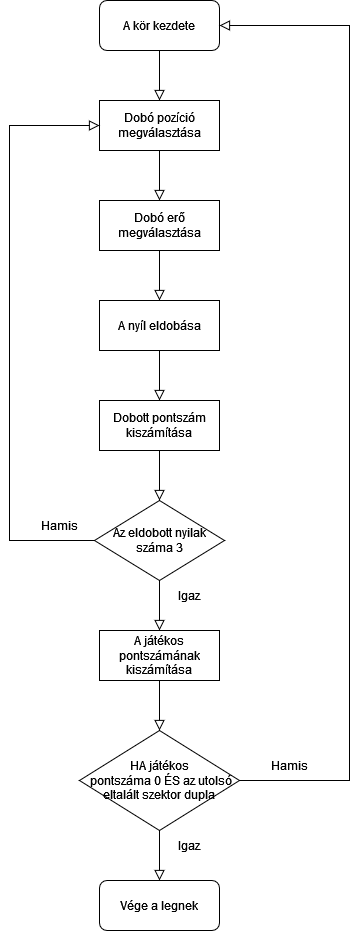
The draw.io diagram szakdolgozat/images/darts_flowchart.drawio.png in TBalint1/P2GNFT_Szakdolgozat, before a commit. Source tidied: cells renumbered, new cells last; positions are measured from the earlier drawing's top-left corner, leaving out a move shared by most shapes.
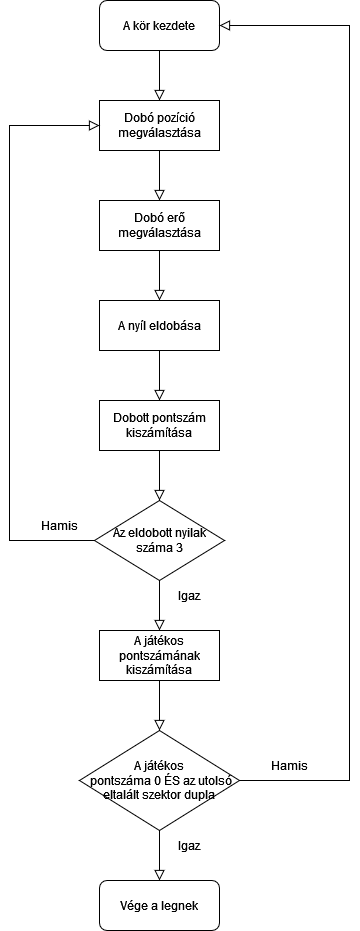
Above is the later version.

Diff of the diagram source:
```diff
@@ -65,7 +65,7 @@
         </Array>
       </mxGeometry>
     </mxCell>
-    <mxCell id="19" value="&lt;div&gt;HA játékos&lt;/div&gt;&lt;div&gt;&amp;nbsp;pontszáma 0 ÉS az utolsó eltalált szektor dupla&lt;/div&gt;" style="rhombus;whiteSpace=wrap;html=1;" parent="1" vertex="1">
+    <mxCell id="19" value="&lt;div&gt;A játékos&lt;/div&gt;&lt;div&gt;&amp;nbsp;pontszáma 0 ÉS az utolsó eltalált szektor dupla&lt;/div&gt;" style="rhombus;whiteSpace=wrap;html=1;" parent="1" vertex="1">
       <mxGeometry x="70" y="730" width="160" height="100" as="geometry" />
     </mxCell>
     <mxCell id="20" value="Vége a legnek" style="rounded=1;whiteSpace=wrap;html=1;fontSize=12;glass=0;strokeWidth=1;shadow=0;" parent="1" vertex="1">
```
